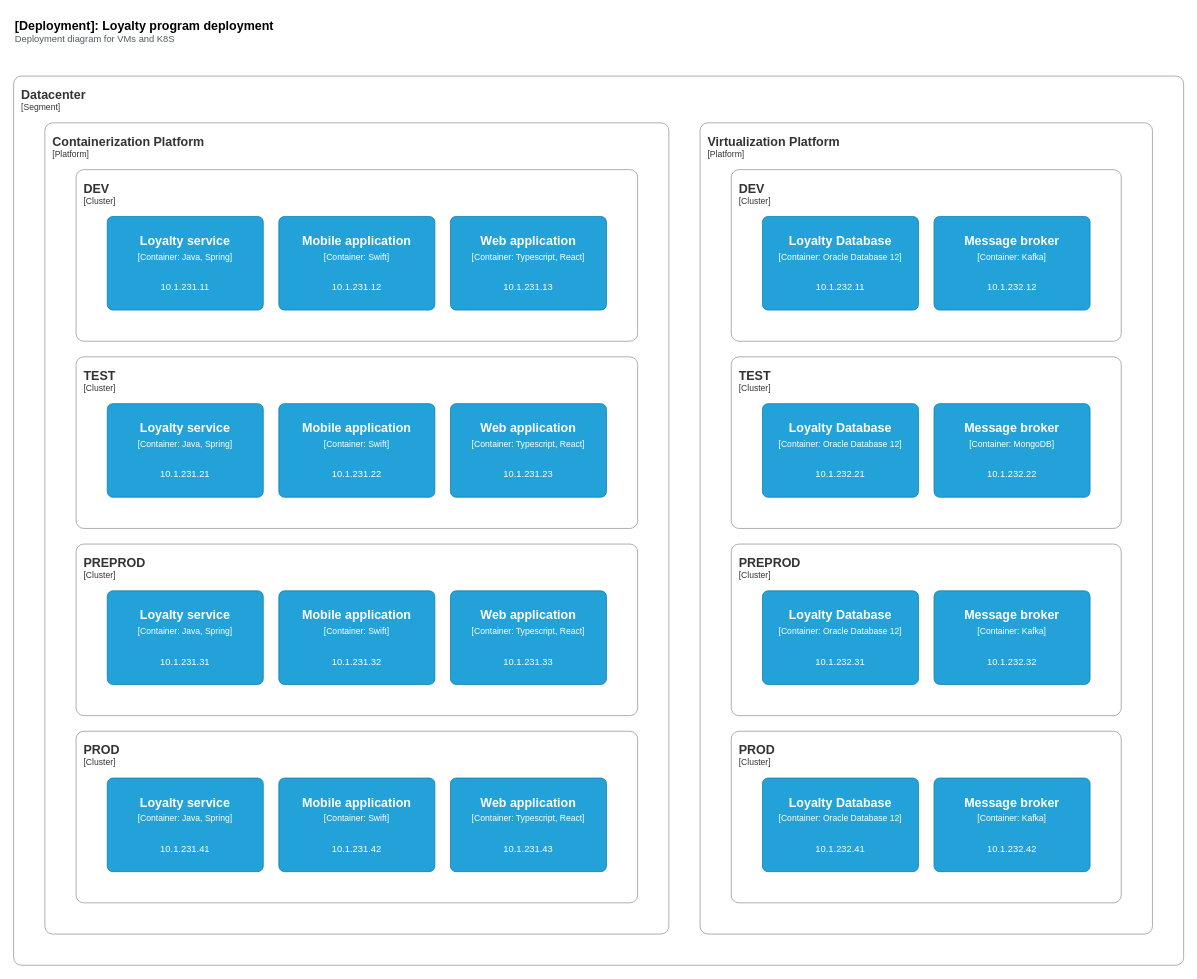
Before: page "deployment" (4 of 6) of c4.drawio in vadagama/c4-model-drawio-template, a draw.io diagram. Source tidied: cells renumbered, new cells numbered last; positions are measured from the earlier drawing's top-left corner, leaving out a move shared by most shapes. Both pictures are drawn from the tidied source at 78%, with x=0, y=0 at pixel (13, 13).
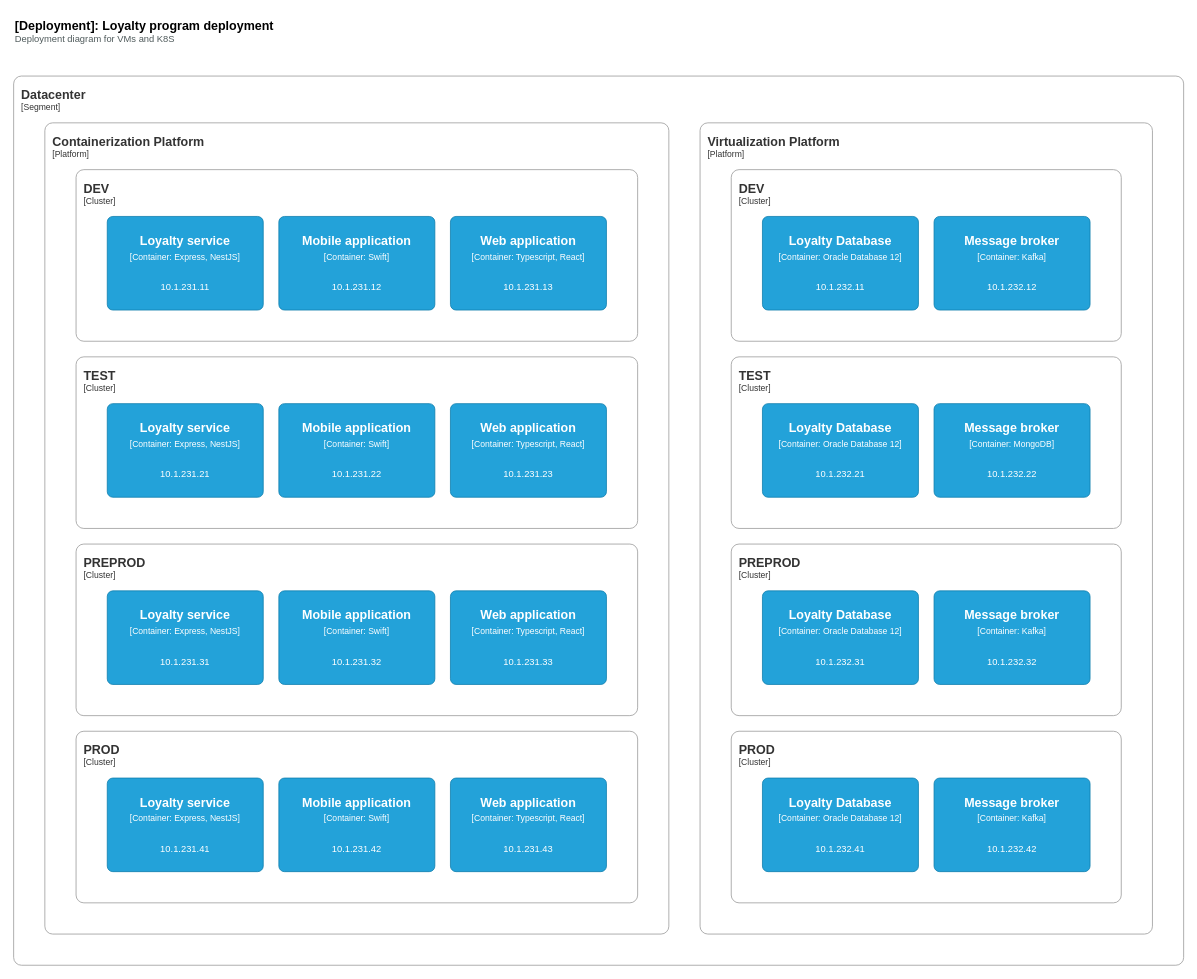
The same page after the edit.

The change refers to these unchanged cells:
```xml
<object id="4" label="&lt;font style=&quot;font-size: 16px&quot;&gt;&lt;b&gt;&lt;div style=&quot;text-align: left&quot;&gt;%Name%&lt;/div&gt;&lt;/b&gt;&lt;/font&gt;&lt;div style=&quot;text-align: left&quot;&gt;[%NodeType%]&lt;/div&gt;" Name="DEV" NodeType="Cluster" placeholders="1">
  <mxCell style="rounded=1;fontSize=11;whiteSpace=wrap;html=1;arcSize=20;fillColor=none;strokeColor=#999999;fontColor=#333333;labelBackgroundColor=none;align=left;verticalAlign=top;labelBorderColor=none;spacingTop=0;spacing=10;perimeter=rectanglePerimeter;noLabel=0;labelPadding=0;absoluteArcSize=1;" parent="3" vertex="1">
    <mxGeometry x="40" y="60" width="720" height="220" as="geometry" />
  </mxCell>
</object>
<object id="8" label="&lt;font style=&quot;font-size: 16px&quot;&gt;&lt;b&gt;&lt;div style=&quot;text-align: left&quot;&gt;%Name%&lt;/div&gt;&lt;/b&gt;&lt;/font&gt;&lt;div style=&quot;text-align: left&quot;&gt;[%NodeType%]&lt;/div&gt;" Name="TEST" NodeType="Cluster" placeholders="1">
  <mxCell style="rounded=1;fontSize=11;whiteSpace=wrap;html=1;arcSize=20;fillColor=none;strokeColor=#999999;fontColor=#333333;labelBackgroundColor=none;align=left;verticalAlign=top;labelBorderColor=none;spacingTop=0;spacing=10;perimeter=rectanglePerimeter;noLabel=0;labelPadding=0;absoluteArcSize=1;" parent="3" vertex="1">
    <mxGeometry x="40" y="300" width="720" height="220" as="geometry" />
  </mxCell>
</object>
<object id="12" label="&lt;font style=&quot;font-size: 16px&quot;&gt;&lt;b&gt;&lt;div style=&quot;text-align: left&quot;&gt;%Name%&lt;/div&gt;&lt;/b&gt;&lt;/font&gt;&lt;div style=&quot;text-align: left&quot;&gt;[%NodeType%]&lt;/div&gt;" Name="PREPROD" NodeType="Cluster" placeholders="1">
  <mxCell style="rounded=1;fontSize=11;whiteSpace=wrap;html=1;arcSize=20;fillColor=none;strokeColor=#999999;fontColor=#333333;labelBackgroundColor=none;align=left;verticalAlign=top;labelBorderColor=none;spacingTop=0;spacing=10;perimeter=rectanglePerimeter;noLabel=0;labelPadding=0;absoluteArcSize=1;" parent="3" vertex="1">
    <mxGeometry x="40" y="540" width="720" height="220" as="geometry" />
  </mxCell>
</object>
<object id="16" label="&lt;font style=&quot;font-size: 16px&quot;&gt;&lt;b&gt;&lt;div style=&quot;text-align: left&quot;&gt;%Name%&lt;/div&gt;&lt;/b&gt;&lt;/font&gt;&lt;div style=&quot;text-align: left&quot;&gt;[%NodeType%]&lt;/div&gt;" Name="PROD" NodeType="Cluster" placeholders="1">
  <mxCell style="rounded=1;fontSize=11;whiteSpace=wrap;html=1;arcSize=20;fillColor=none;strokeColor=#999999;fontColor=#333333;labelBackgroundColor=none;align=left;verticalAlign=top;labelBorderColor=none;spacingTop=0;spacing=10;perimeter=rectanglePerimeter;noLabel=0;labelPadding=0;absoluteArcSize=1;" parent="3" vertex="1">
    <mxGeometry x="40" y="780" width="720" height="220" as="geometry" />
  </mxCell>
</object>
```

Change to the diagram source:
```diff
@@
-    <object id="5" label="&lt;font style=&quot;font-size: 16px&quot;&gt;&lt;b&gt;%Name%&lt;/b&gt;&lt;/font&gt;&lt;div&gt;&lt;font style=&quot;font-size: 11px;&quot;&gt;[Container: %Technology%]&lt;/font&gt;&lt;/div&gt;&lt;br&gt;&lt;div&gt;&lt;font style=&quot;font-size: 12px;&quot;&gt;%Description%&lt;/font&gt;&lt;/div&gt;" Description="10.1.231.11" Name="Loyalty service" Technology="Java, Spring" placeholders="1">
+    <object id="5" label="&lt;font style=&quot;font-size: 16px&quot;&gt;&lt;b&gt;%Name%&lt;/b&gt;&lt;/font&gt;&lt;div&gt;&lt;font style=&quot;font-size: 11px;&quot;&gt;[Container: %Technology%]&lt;/font&gt;&lt;/div&gt;&lt;br&gt;&lt;div&gt;&lt;font style=&quot;font-size: 12px;&quot;&gt;%Description%&lt;/font&gt;&lt;/div&gt;" Description="10.1.231.11" Name="Loyalty service" Technology="Express, NestJS" placeholders="1">
       <mxCell style="rounded=1;whiteSpace=wrap;html=1;labelBackgroundColor=none;fillColor=#23A2D9;fontColor=#ffffff;align=center;arcSize=6;strokeColor=#0E7DAD;fontSize=16;fixedWidth=0;" parent="4" vertex="1">
         <mxGeometry x="40" y="60" width="200" height="120" as="geometry" />
       </mxCell>
     </object>
@@
-    <object id="9" label="&lt;font style=&quot;font-size: 16px&quot;&gt;&lt;b&gt;%Name%&lt;/b&gt;&lt;/font&gt;&lt;div&gt;&lt;font style=&quot;font-size: 11px;&quot;&gt;[Container: %Technology%]&lt;/font&gt;&lt;/div&gt;&lt;br&gt;&lt;div&gt;&lt;font style=&quot;font-size: 12px;&quot;&gt;%Description%&lt;/font&gt;&lt;/div&gt;" Description="10.1.231.21" Name="Loyalty service" Technology="Java, Spring" placeholders="1">
+    <object id="9" label="&lt;font style=&quot;font-size: 16px&quot;&gt;&lt;b&gt;%Name%&lt;/b&gt;&lt;/font&gt;&lt;div&gt;&lt;font style=&quot;font-size: 11px;&quot;&gt;[Container: %Technology%]&lt;/font&gt;&lt;/div&gt;&lt;br&gt;&lt;div&gt;&lt;font style=&quot;font-size: 12px;&quot;&gt;%Description%&lt;/font&gt;&lt;/div&gt;" Description="10.1.231.21" Name="Loyalty service" Technology="Express, NestJS" placeholders="1">
       <mxCell style="rounded=1;whiteSpace=wrap;html=1;labelBackgroundColor=none;fillColor=#23A2D9;fontColor=#ffffff;align=center;arcSize=6;strokeColor=#0E7DAD;fontSize=16;fixedWidth=0;" parent="8" vertex="1">
         <mxGeometry x="40" y="60" width="200" height="120" as="geometry" />
       </mxCell>
     </object>
@@
-    <object id="13" label="&lt;font style=&quot;font-size: 16px&quot;&gt;&lt;b&gt;%Name%&lt;/b&gt;&lt;/font&gt;&lt;div&gt;&lt;font style=&quot;font-size: 11px;&quot;&gt;[Container: %Technology%]&lt;/font&gt;&lt;/div&gt;&lt;br&gt;&lt;div&gt;&lt;font style=&quot;font-size: 12px;&quot;&gt;%Description%&lt;/font&gt;&lt;/div&gt;" Description="10.1.231.31" Name="Loyalty service" Technology="Java, Spring" placeholders="1">
+    <object id="13" label="&lt;font style=&quot;font-size: 16px&quot;&gt;&lt;b&gt;%Name%&lt;/b&gt;&lt;/font&gt;&lt;div&gt;&lt;font style=&quot;font-size: 11px;&quot;&gt;[Container: %Technology%]&lt;/font&gt;&lt;/div&gt;&lt;br&gt;&lt;div&gt;&lt;font style=&quot;font-size: 12px;&quot;&gt;%Description%&lt;/font&gt;&lt;/div&gt;" Description="10.1.231.31" Name="Loyalty service" Technology="Express, NestJS" placeholders="1">
       <mxCell style="rounded=1;whiteSpace=wrap;html=1;labelBackgroundColor=none;fillColor=#23A2D9;fontColor=#ffffff;align=center;arcSize=6;strokeColor=#0E7DAD;fontSize=16;fixedWidth=0;" parent="12" vertex="1">
         <mxGeometry x="40" y="60" width="200" height="120" as="geometry" />
       </mxCell>
     </object>
@@
-    <object id="17" label="&lt;font style=&quot;font-size: 16px&quot;&gt;&lt;b&gt;%Name%&lt;/b&gt;&lt;/font&gt;&lt;div&gt;&lt;font style=&quot;font-size: 11px;&quot;&gt;[Container: %Technology%]&lt;/font&gt;&lt;/div&gt;&lt;br&gt;&lt;div&gt;&lt;font style=&quot;font-size: 12px;&quot;&gt;%Description%&lt;/font&gt;&lt;/div&gt;" Description="10.1.231.41" Name="Loyalty service" Technology="Java, Spring" placeholders="1">
+    <object id="17" label="&lt;font style=&quot;font-size: 16px&quot;&gt;&lt;b&gt;%Name%&lt;/b&gt;&lt;/font&gt;&lt;div&gt;&lt;font style=&quot;font-size: 11px;&quot;&gt;[Container: %Technology%]&lt;/font&gt;&lt;/div&gt;&lt;br&gt;&lt;div&gt;&lt;font style=&quot;font-size: 12px;&quot;&gt;%Description%&lt;/font&gt;&lt;/div&gt;" Description="10.1.231.41" Name="Loyalty service" Technology="Express, NestJS" placeholders="1">
       <mxCell style="rounded=1;whiteSpace=wrap;html=1;labelBackgroundColor=none;fillColor=#23A2D9;fontColor=#ffffff;align=center;arcSize=6;strokeColor=#0E7DAD;fontSize=16;fixedWidth=0;" parent="16" vertex="1">
         <mxGeometry x="40" y="60" width="200" height="120" as="geometry" />
       </mxCell>
     </object>
```
